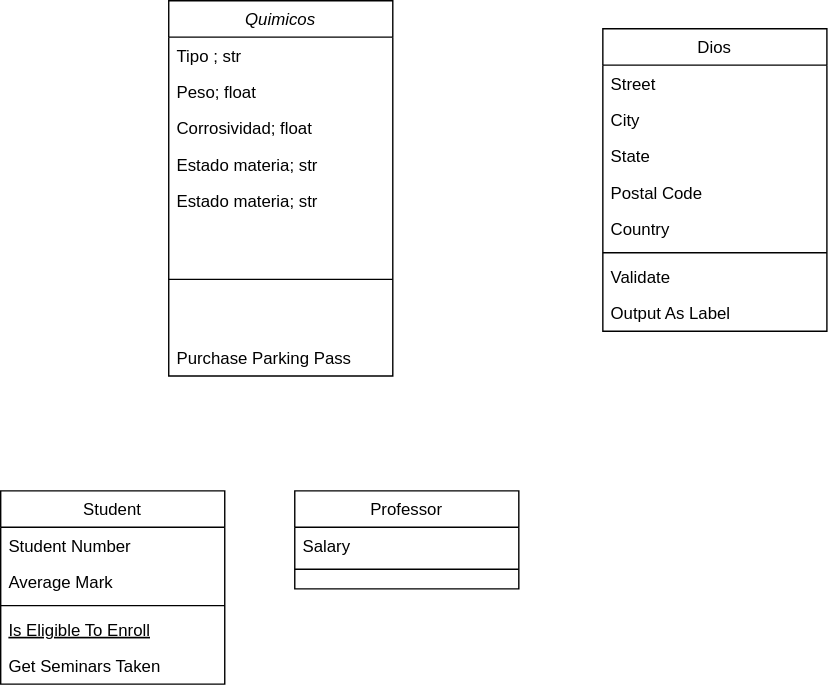
Earlier version of the draw.io export notebooks/Untitled Diagram.drawio.svg (Josecopro/codespaces-jupyter). Source tidied: cells renumbered, new cells last; positions are measured from the earlier drawing's top-left corner, leaving out a move shared by most shapes.
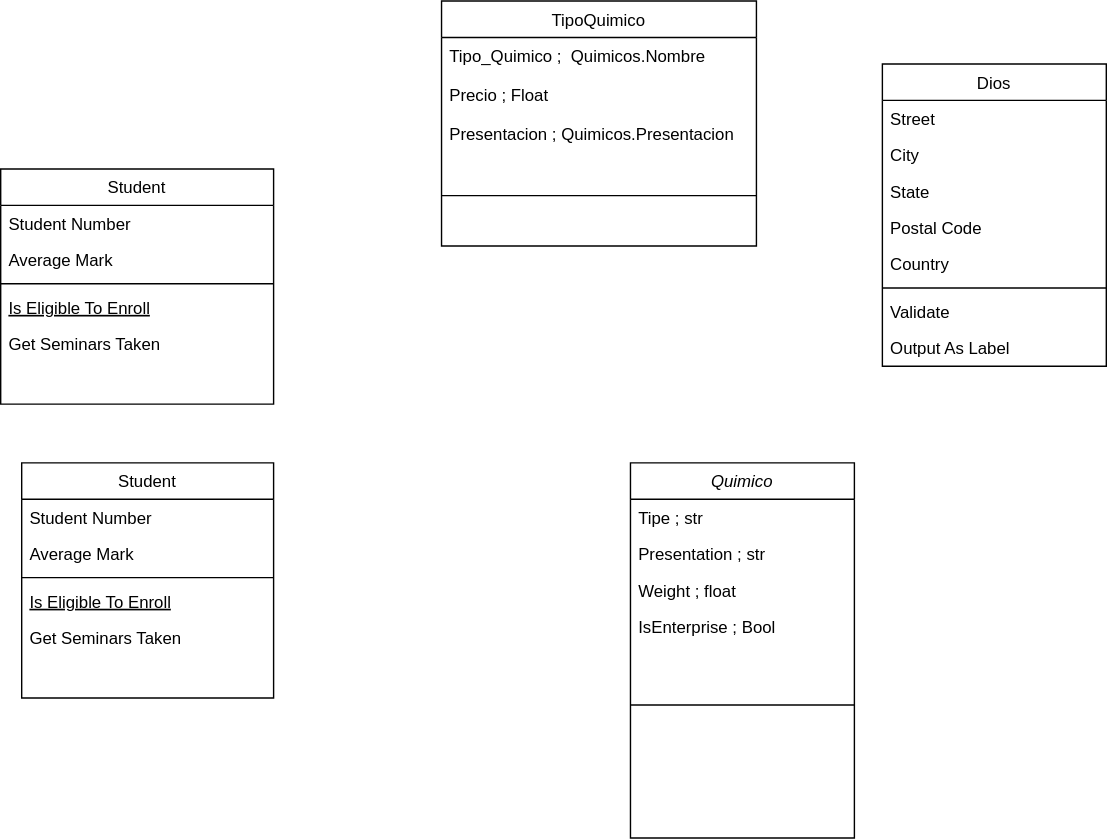
Later version of the same file.

The edit, as a diff of the source:
```diff
@@ -2,59 +2,53 @@
   <root>
     <mxCell id="0" />
     <mxCell id="1" parent="0" />
-    <mxCell id="2" value="Quimicos" style="swimlane;fontStyle=2;align=center;verticalAlign=top;horizontal=1;startSize=26;rounded=0;shadow=0;strokeWidth=1;" parent="1" vertex="1">
-      <mxGeometry x="120" width="160" height="268" as="geometry" />
+    <mxCell id="2" value="Quimico" style="swimlane;fontStyle=2;align=center;verticalAlign=top;horizontal=1;startSize=26;rounded=0;shadow=0;strokeWidth=1;" parent="1" vertex="1">
+      <mxGeometry x="600" y="350" width="160" height="268" as="geometry" />
     </mxCell>
-    <mxCell id="3" value="Tipo ; str" style="text;align=left;verticalAlign=top;spacingLeft=4;spacingRight=4;overflow=hidden;" parent="2" vertex="1">
+    <mxCell id="3" value="Tipe ; str" style="text;align=left;verticalAlign=top;spacingLeft=4;spacingRight=4;overflow=hidden;" parent="2" vertex="1">
       <mxGeometry y="26" width="160" height="26" as="geometry" />
     </mxCell>
-    <mxCell id="4" value="Peso; float&#10;" style="text;align=left;verticalAlign=top;spacingLeft=4;spacingRight=4;overflow=hidden;rounded=0;shadow=0;html=0;" parent="2" vertex="1">
+    <mxCell id="4" value="Presentation ; str" style="text;align=left;verticalAlign=top;spacingLeft=4;spacingRight=4;overflow=hidden;rounded=0;shadow=0;html=0;" parent="2" vertex="1">
       <mxGeometry y="52" width="160" height="26" as="geometry" />
     </mxCell>
-    <mxCell id="5" value="Corrosividad; float" style="text;align=left;verticalAlign=top;spacingLeft=4;spacingRight=4;overflow=hidden;rounded=0;shadow=0;html=0;" parent="2" vertex="1">
-      <mxGeometry y="78" width="160" height="26" as="geometry" />
-    </mxCell>
-    <mxCell id="6" value="Estado materia; str" style="text;align=left;verticalAlign=top;spacingLeft=4;spacingRight=4;overflow=hidden;rounded=0;shadow=0;html=0;" parent="2" vertex="1">
-      <mxGeometry y="104" width="160" height="26" as="geometry" />
-    </mxCell>
-    <mxCell id="7" value="Estado materia; str" style="text;align=left;verticalAlign=top;spacingLeft=4;spacingRight=4;overflow=hidden;rounded=0;shadow=0;html=0;" parent="2" vertex="1">
-      <mxGeometry y="130" width="160" height="26" as="geometry" />
-    </mxCell>
+    <mxCell id="28" value="Weight ; float" style="text;align=left;verticalAlign=top;spacingLeft=4;spacingRight=4;overflow=hidden;rounded=0;shadow=0;html=0;" parent="2" vertex="1">
+      <mxGeometry y="78" width="160" height="26" as="geometry" />
+    </mxCell>
+    <mxCell id="29" value="IsEnterprise ; Bool" style="text;align=left;verticalAlign=top;spacingLeft=4;spacingRight=4;overflow=hidden;rounded=0;shadow=0;html=0;" parent="2" vertex="1">
+      <mxGeometry y="104" width="160" height="26" as="geometry" />
+    </mxCell>
     <mxCell id="8" style="line;html=1;strokeWidth=1;align=left;verticalAlign=middle;spacingTop=-1;spacingLeft=3;spacingRight=3;labelPosition=right;" parent="2" vertex="1">
-      <mxGeometry y="156" width="160" height="86" as="geometry" />
+      <mxGeometry y="130" width="160" height="86" as="geometry" />
     </mxCell>
-    <mxCell id="9" value="Purchase Parking Pass" style="text;align=left;verticalAlign=top;spacingLeft=4;spacingRight=4;overflow=hidden;" parent="2" vertex="1">
-      <mxGeometry y="242" width="160" height="26" as="geometry" />
-    </mxCell>
     <mxCell id="10" value="Student" style="swimlane;fontStyle=0;align=center;verticalAlign=top;horizontal=1;startSize=26;rounded=0;shadow=0;strokeWidth=1;" parent="1" vertex="1">
-      <mxGeometry y="350" width="160" height="138" as="geometry" />
+      <mxGeometry x="150" y="140" width="195" height="168" as="geometry" />
     </mxCell>
     <mxCell id="11" value="Student Number" style="text;align=left;verticalAlign=top;spacingLeft=4;spacingRight=4;overflow=hidden;" parent="10" vertex="1">
-      <mxGeometry y="26" width="160" height="26" as="geometry" />
+      <mxGeometry y="26" width="195" height="26" as="geometry" />
     </mxCell>
     <mxCell id="12" value="Average Mark" style="text;align=left;verticalAlign=top;spacingLeft=4;spacingRight=4;overflow=hidden;rounded=0;shadow=0;html=0;" parent="10" vertex="1">
-      <mxGeometry y="52" width="160" height="26" as="geometry" />
+      <mxGeometry y="52" width="195" height="26" as="geometry" />
     </mxCell>
     <mxCell id="13" style="line;html=1;strokeWidth=1;align=left;verticalAlign=middle;spacingTop=-1;spacingLeft=3;spacingRight=3;labelPosition=right;" parent="10" vertex="1">
-      <mxGeometry y="78" width="160" height="8" as="geometry" />
+      <mxGeometry y="78" width="195" height="8" as="geometry" />
     </mxCell>
     <mxCell id="14" value="Is Eligible To Enroll" style="text;align=left;verticalAlign=top;spacingLeft=4;spacingRight=4;overflow=hidden;fontStyle=4;" parent="10" vertex="1">
-      <mxGeometry y="86" width="160" height="26" as="geometry" />
+      <mxGeometry y="86" width="195" height="26" as="geometry" />
     </mxCell>
     <mxCell id="15" value="Get Seminars Taken" style="text;align=left;verticalAlign=top;spacingLeft=4;spacingRight=4;overflow=hidden;" parent="10" vertex="1">
-      <mxGeometry y="112" width="160" height="26" as="geometry" />
+      <mxGeometry y="112" width="195" height="26" as="geometry" />
     </mxCell>
-    <mxCell id="16" value="Professor" style="swimlane;fontStyle=0;align=center;verticalAlign=top;horizontal=1;startSize=26;rounded=0;shadow=0;strokeWidth=1;" parent="1" vertex="1">
-      <mxGeometry x="210" y="350" width="160" height="70" as="geometry" />
+    <mxCell id="16" value="TipoQuimico" style="swimlane;fontStyle=0;align=center;verticalAlign=top;horizontal=1;startSize=26;rounded=0;shadow=0;strokeWidth=1;" parent="1" vertex="1">
+      <mxGeometry x="465" y="20" width="225" height="175" as="geometry" />
     </mxCell>
-    <mxCell id="17" value="Salary" style="text;align=left;verticalAlign=top;spacingLeft=4;spacingRight=4;overflow=hidden;" parent="16" vertex="1">
-      <mxGeometry y="26" width="160" height="26" as="geometry" />
+    <mxCell id="17" value="Tipo_Quimico ;  Quimicos.Nombre&#10;&#10;Precio ; Float&#10;&#10;Presentacion ; Quimicos.Presentacion&#10;&#10;" style="text;align=left;verticalAlign=top;spacingLeft=4;spacingRight=4;overflow=hidden;" parent="16" vertex="1">
+      <mxGeometry y="26" width="225" height="109" as="geometry" />
     </mxCell>
     <mxCell id="18" style="line;html=1;strokeWidth=1;align=left;verticalAlign=middle;spacingTop=-1;spacingLeft=3;spacingRight=3;labelPosition=right;" parent="16" vertex="1">
-      <mxGeometry y="52" width="160" height="8" as="geometry" />
+      <mxGeometry y="135" width="225" height="8" as="geometry" />
     </mxCell>
     <mxCell id="19" value="Dios" style="swimlane;fontStyle=0;align=center;verticalAlign=top;horizontal=1;startSize=26;rounded=0;shadow=0;strokeWidth=1;" parent="1" vertex="1">
-      <mxGeometry x="430" y="20" width="160" height="216" as="geometry" />
+      <mxGeometry x="780" y="65" width="160" height="216" as="geometry" />
     </mxCell>
     <mxCell id="20" value="Street" style="text;align=left;verticalAlign=top;spacingLeft=4;spacingRight=4;overflow=hidden;" parent="19" vertex="1">
       <mxGeometry y="26" width="160" height="26" as="geometry" />
@@ -80,5 +74,23 @@
     <mxCell id="27" value="Output As Label" style="text;align=left;verticalAlign=top;spacingLeft=4;spacingRight=4;overflow=hidden;" parent="19" vertex="1">
       <mxGeometry y="190" width="160" height="26" as="geometry" />
     </mxCell>
+    <mxCell id="30" value="Student" style="swimlane;fontStyle=0;align=center;verticalAlign=top;horizontal=1;startSize=26;rounded=0;shadow=0;strokeWidth=1;" parent="1" vertex="1">
+      <mxGeometry x="165" y="350" width="180" height="168" as="geometry" />
+    </mxCell>
+    <mxCell id="31" value="Student Number" style="text;align=left;verticalAlign=top;spacingLeft=4;spacingRight=4;overflow=hidden;" parent="30" vertex="1">
+      <mxGeometry y="26" width="180" height="26" as="geometry" />
+    </mxCell>
+    <mxCell id="32" value="Average Mark" style="text;align=left;verticalAlign=top;spacingLeft=4;spacingRight=4;overflow=hidden;rounded=0;shadow=0;html=0;" parent="30" vertex="1">
+      <mxGeometry y="52" width="180" height="26" as="geometry" />
+    </mxCell>
+    <mxCell id="33" style="line;html=1;strokeWidth=1;align=left;verticalAlign=middle;spacingTop=-1;spacingLeft=3;spacingRight=3;labelPosition=right;" parent="30" vertex="1">
+      <mxGeometry y="78" width="180" height="8" as="geometry" />
+    </mxCell>
+    <mxCell id="34" value="Is Eligible To Enroll" style="text;align=left;verticalAlign=top;spacingLeft=4;spacingRight=4;overflow=hidden;fontStyle=4;" parent="30" vertex="1">
+      <mxGeometry y="86" width="180" height="26" as="geometry" />
+    </mxCell>
+    <mxCell id="35" value="Get Seminars Taken" style="text;align=left;verticalAlign=top;spacingLeft=4;spacingRight=4;overflow=hidden;" parent="30" vertex="1">
+      <mxGeometry y="112" width="180" height="26" as="geometry" />
+    </mxCell>
   </root>
 </mxGraphModel>
```
